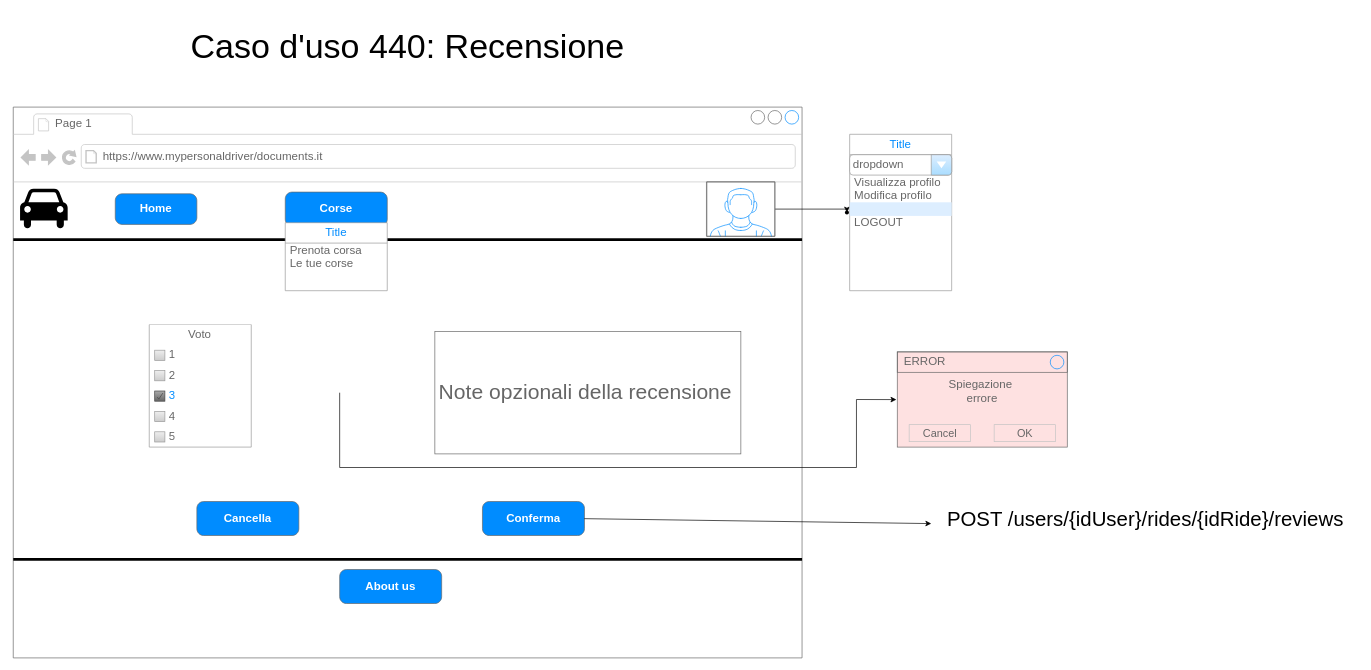
Earlier version of the draw.io diagram Documentazione/sitoWeb/templateRecensioni.drawio (alfacorso2024Settembre/MyPersonalDriver). Source tidied: cells renumbered, new cells numbered last; positions are measured from the earlier drawing's top-left corner, leaving out a move shared by most shapes. Both pictures are drawn from the tidied source at 68%, with x=0, y=0 at pixel (13, 12).
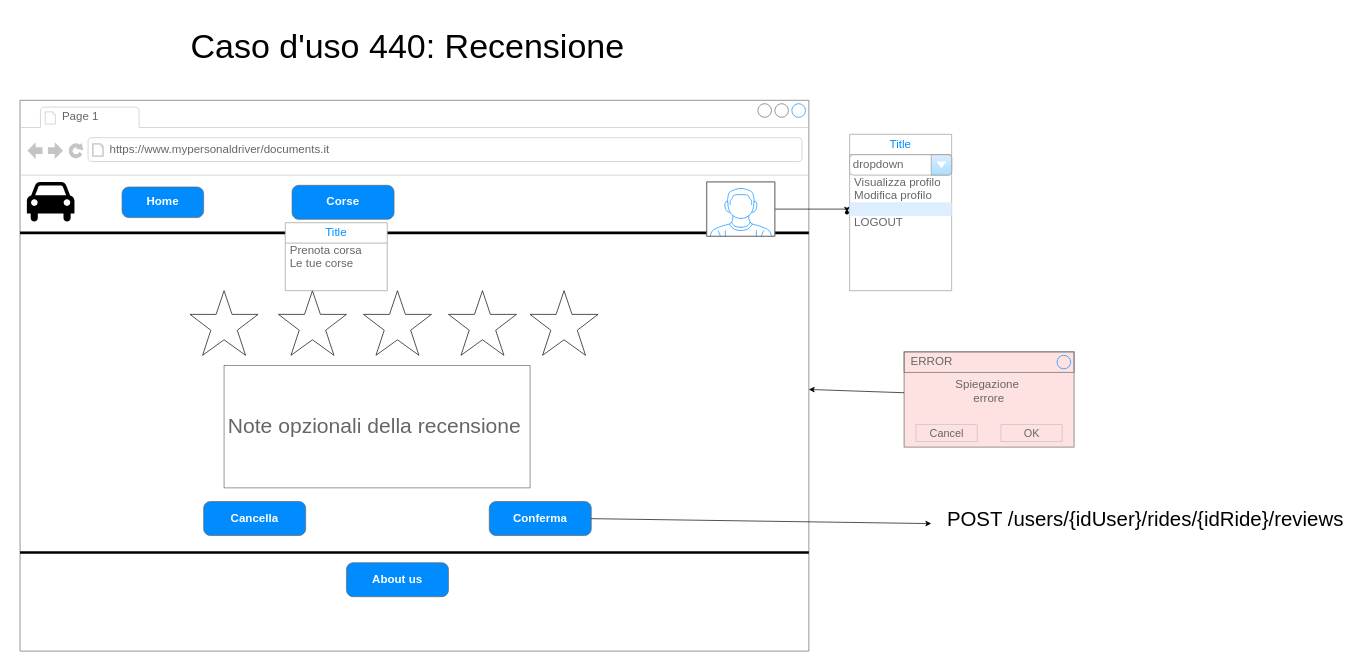
After the change.

Commit message:
Modificato template recensioni

Diff of the diagram source:
```diff
@@
     <mxCell id="2" style="strokeWidth=1;shadow=0;dashed=0;align=center;html=1;shape=mxgraph.mockup.containers.browserWindow;rSize=0;strokeColor=#666666;strokeColor2=#008cff;strokeColor3=#c4c4c4;mainText=,;" parent="1" vertex="1">
-      <mxGeometry y="140" width="1160" height="810" as="geometry" />
+      <mxGeometry x="10" y="130" width="1160" height="810" as="geometry" />
     </mxCell>
@@
-    <mxCell id="11" style="swimlane;strokeColor=#999999;swimlaneFillColor=#FFFFFF;fillColor=#ffffff;fontColor=#666666;fontStyle=0;horizontal=1;startSize=0;whiteSpace=wrap;html=1;" parent="2" vertex="1">
-      <mxGeometry x="200" y="320" width="150" height="180" as="geometry" />
-    </mxCell>
-    <mxCell id="12" value="&amp;nbsp; &amp;nbsp; &amp;nbsp; Voto" style="text;strokeColor=none;align=left;verticalAlign=middle;spacingLeft=27;spacingRight=10;overflow=hidden;whiteSpace=wrap;html=1;fillColor=none;fontColor=inherit;fontSize=17;" parent="11" vertex="1">
-      <mxGeometry width="150" height="30" as="geometry" />
-    </mxCell>
-    <mxCell id="13" value="1" style="text;strokeColor=none;align=left;verticalAlign=middle;spacingLeft=27;spacingRight=10;overflow=hidden;whiteSpace=wrap;html=1;fillColor=none;fontColor=inherit;fontSize=17;" parent="11" vertex="1">
-      <mxGeometry y="30" width="150" height="30" as="geometry" />
-    </mxCell>
-    <mxCell id="14" style="fillColor=#EEEEEE;strokeColor=#999999;gradientColor=#cccccc;html=1;" parent="13" vertex="1">
-      <mxGeometry y="0.5" width="15" height="15" relative="1" as="geometry">
-        <mxPoint x="8" y="-7.5" as="offset" />
-      </mxGeometry>
-    </mxCell>
-    <mxCell id="15" value="2" style="text;strokeColor=none;align=left;verticalAlign=middle;spacingLeft=27;spacingRight=10;overflow=hidden;whiteSpace=wrap;html=1;rSize=5;fillColor=none;fontColor=inherit;fontSize=17;" parent="11" vertex="1">
-      <mxGeometry y="60" width="150" height="30" as="geometry" />
-    </mxCell>
-    <mxCell id="16" style="fillColor=#EEEEEE;strokeColor=#999999;gradientColor=#cccccc;html=1;" parent="15" vertex="1">
-      <mxGeometry y="0.5" width="15" height="15" relative="1" as="geometry">
-        <mxPoint x="8" y="-7.5" as="offset" />
-      </mxGeometry>
-    </mxCell>
-    <mxCell id="17" value="3" style="text;strokeColor=none;align=left;verticalAlign=middle;spacingLeft=27;spacingRight=10;overflow=hidden;whiteSpace=wrap;html=1;rSize=5;fillColor=none;fontColor=#008CFF;fontSize=17;" parent="11" vertex="1">
-      <mxGeometry y="90" width="150" height="30" as="geometry" />
-    </mxCell>
-    <mxCell id="18" style="shape=mxgraph.mockup.forms.checkbox;fillColor=#AAAAAA;gradientColor=#666666;strokeColor=#444444;html=1;" parent="17" vertex="1">
-      <mxGeometry y="0.5" width="15" height="15" relative="1" as="geometry">
-        <mxPoint x="8" y="-7.5" as="offset" />
-      </mxGeometry>
-    </mxCell>
-    <mxCell id="19" value="4" style="text;strokeColor=none;align=left;verticalAlign=middle;spacingLeft=27;spacingRight=10;overflow=hidden;whiteSpace=wrap;html=1;fillColor=none;fontColor=inherit;fontSize=17;" parent="11" vertex="1">
-      <mxGeometry y="120" width="150" height="30" as="geometry" />
-    </mxCell>
-    <mxCell id="20" style="fillColor=#EEEEEE;strokeColor=#999999;gradientColor=#cccccc;html=1;" parent="19" vertex="1">
-      <mxGeometry y="0.5" width="15" height="15" relative="1" as="geometry">
-        <mxPoint x="8" y="-7.5" as="offset" />
-      </mxGeometry>
-    </mxCell>
-    <mxCell id="21" value="5" style="text;strokeColor=none;align=left;verticalAlign=middle;spacingLeft=27;spacingRight=10;overflow=hidden;whiteSpace=wrap;html=1;fillColor=none;fontColor=inherit;fontSize=17;" parent="11" vertex="1">
-      <mxGeometry y="150" width="150" height="30" as="geometry" />
-    </mxCell>
-    <mxCell id="22" style="fillColor=#EEEEEE;strokeColor=#999999;gradientColor=#cccccc;html=1;" parent="21" vertex="1">
-      <mxGeometry y="0.5" width="15" height="15" relative="1" as="geometry">
-        <mxPoint x="8" y="-7.5" as="offset" />
-      </mxGeometry>
-    </mxCell>
     <mxCell id="23" value="&lt;font style=&quot;font-size: 31px;&quot;&gt;Note opzionali della recensione&lt;/font&gt;" style="strokeWidth=1;shadow=0;dashed=0;align=center;html=1;shape=mxgraph.mockup.text.textBox;fontColor=#666666;align=left;fontSize=17;spacingLeft=4;spacingTop=-3;whiteSpace=wrap;strokeColor=#666666;mainText=;" parent="2" vertex="1">
-      <mxGeometry x="620" y="330" width="450" height="180" as="geometry" />
+      <mxGeometry x="300" y="390" width="450" height="180" as="geometry" />
     </mxCell>
-    <mxCell id="24" style="endArrow=classic;html=1;rounded=0;entryX=-0.005;entryY=0.501;entryDx=0;entryDy=0;entryPerimeter=0;" parent="2" edge="1" target="40">
-      <mxGeometry relative="1" as="geometry">
-        <mxPoint x="480" y="420" as="sourcePoint" />
-        <Array as="points">
-          <mxPoint x="480" y="530" />
-          <mxPoint x="1240" y="530" />
-          <mxPoint x="1240" y="430" />
-        </Array>
-      </mxGeometry>
-    </mxCell>
     <mxCell id="25" value="Cancella" style="strokeWidth=1;shadow=0;dashed=0;align=center;html=1;shape=mxgraph.mockup.buttons.button;strokeColor=#666666;fontColor=#ffffff;mainText=;buttonStyle=round;fontSize=17;fontStyle=1;fillColor=#008cff;whiteSpace=wrap;" parent="2" vertex="1">
-      <mxGeometry x="270" y="580" width="150" height="50" as="geometry" />
+      <mxGeometry x="270" y="590" width="150" height="50" as="geometry" />
     </mxCell>
     <mxCell id="26" value="Conferma" style="strokeWidth=1;shadow=0;dashed=0;align=center;html=1;shape=mxgraph.mockup.buttons.button;strokeColor=#666666;fontColor=#ffffff;mainText=;buttonStyle=round;fontSize=17;fontStyle=1;fillColor=#008cff;whiteSpace=wrap;" parent="2" vertex="1">
-      <mxGeometry x="690" y="580" width="150" height="50" as="geometry" />
+      <mxGeometry x="690" y="590" width="150" height="50" as="geometry" />
     </mxCell>
+    <mxCell id="50" style="verticalLabelPosition=bottom;verticalAlign=top;html=1;shape=mxgraph.basic.star;" parent="2" vertex="1">
+      <mxGeometry x="380" y="280" width="100" height="95" as="geometry" />
+    </mxCell>
+    <mxCell id="51" style="verticalLabelPosition=bottom;verticalAlign=top;html=1;shape=mxgraph.basic.star;" parent="2" vertex="1">
+      <mxGeometry x="750" y="280" width="100" height="95" as="geometry" />
+    </mxCell>
+    <mxCell id="52" style="verticalLabelPosition=bottom;verticalAlign=top;html=1;shape=mxgraph.basic.star;" parent="2" vertex="1">
+      <mxGeometry x="630" y="280" width="100" height="95" as="geometry" />
+    </mxCell>
+    <mxCell id="53" style="verticalLabelPosition=bottom;verticalAlign=top;html=1;shape=mxgraph.basic.star;" parent="2" vertex="1">
+      <mxGeometry x="505" y="280" width="100" height="95" as="geometry" />
+    </mxCell>
+    <mxCell id="54" style="verticalLabelPosition=bottom;verticalAlign=top;html=1;shape=mxgraph.basic.star;" parent="2" vertex="1">
+      <mxGeometry x="250" y="280" width="100" height="95" as="geometry" />
+    </mxCell>
@@
     <mxCell id="40" value="Spiegazione&amp;nbsp;&lt;div&gt;errore&lt;/div&gt;" style="strokeWidth=1;shadow=0;dashed=0;align=center;html=1;shape=mxgraph.mockup.containers.rrect;rSize=0;strokeColor=#666666;fontColor=#666666;fontSize=17;verticalAlign=top;whiteSpace=wrap;fillColor=#fee1e1;spacingTop=32;" parent="1" vertex="1">
-      <mxGeometry x="1300" y="500" width="250" height="140" as="geometry" />
+      <mxGeometry x="1310" y="500" width="250" height="140" as="geometry" />
     </mxCell>
@@
+    <mxCell id="55" style="endArrow=classic;html=1;rounded=0;exitX=0;exitY=0.429;exitDx=0;exitDy=0;exitPerimeter=0;" parent="1" edge="1" source="40" target="2">
+      <mxGeometry relative="1" as="geometry" />
+    </mxCell>
```
